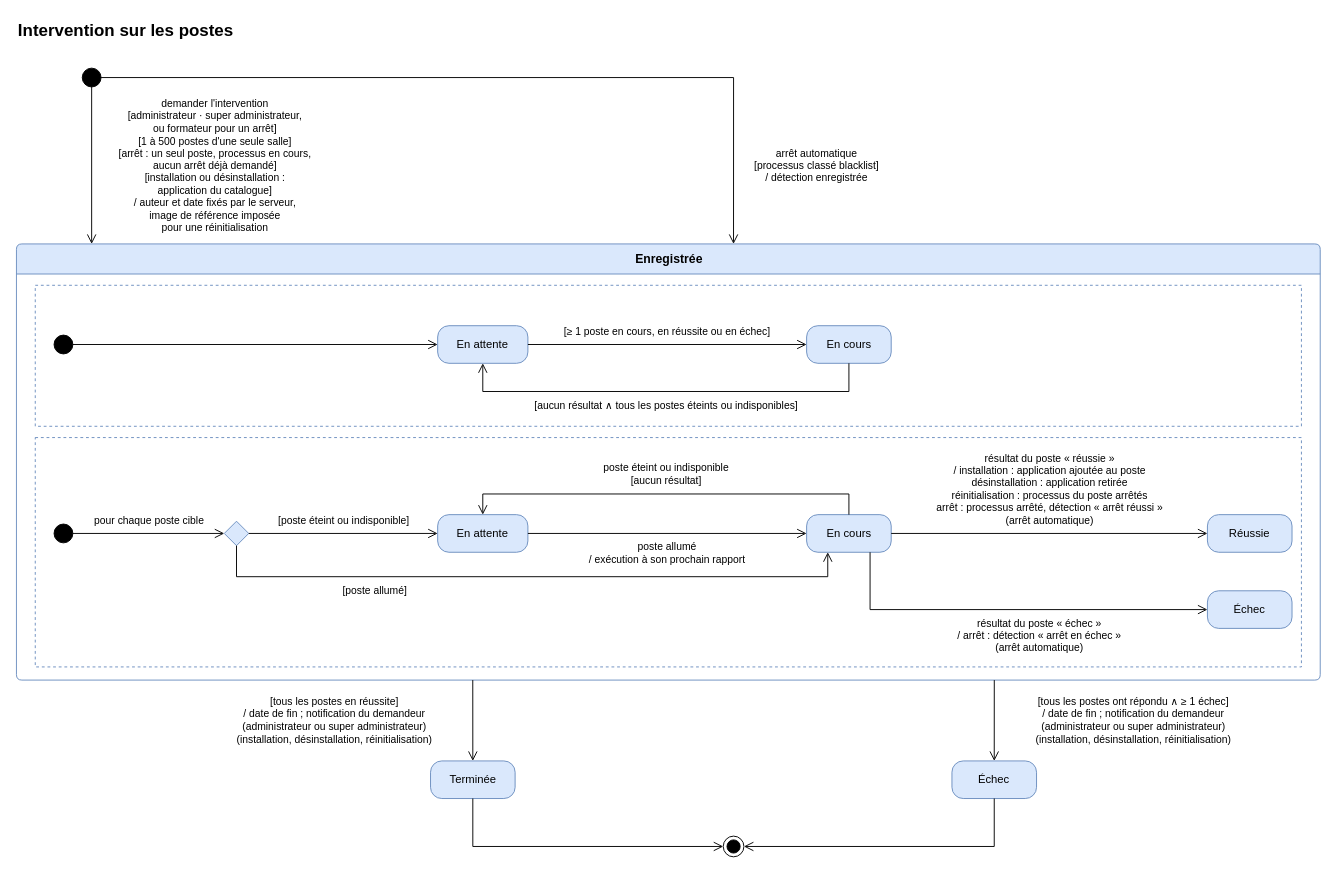
bpierrelouis/aster keeps this draw.io diagram as page "Intervention sur les postes" (2 of 4) of docs/02-ANALYSE/03-ANALYSE/01-DIAGRAMMES-ETATS.drawio. Above is the earlier version. Source tidied: cells renumbered, new cells numbered last; positions are measured from the earlier drawing's top-left corner, leaving out a move shared by most shapes. Both pictures are drawn from the tidied source at 94%, with x=0, y=0 at pixel (16, 16).
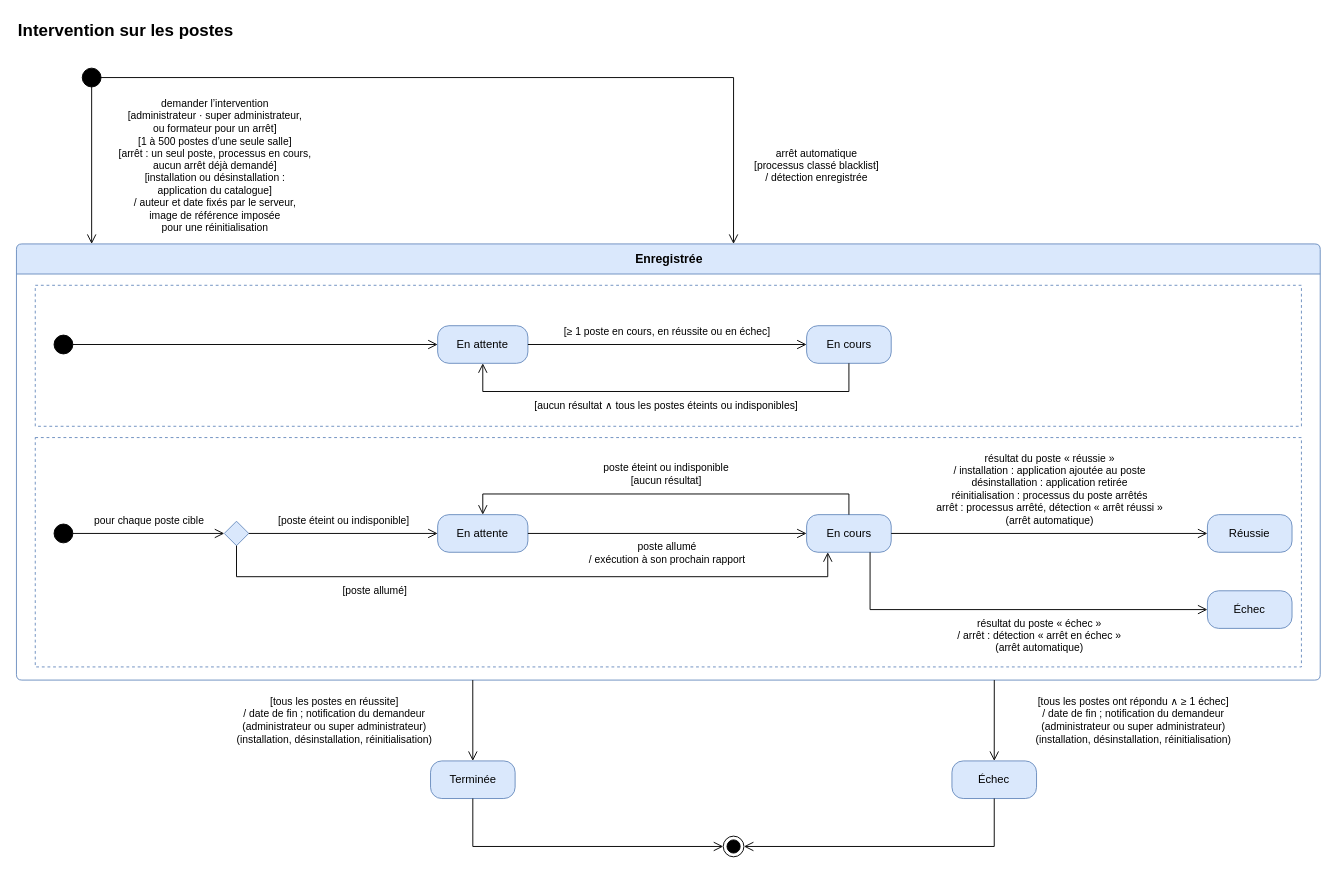
Above is the later version.

The change refers to these unchanged cells:
```xml
<mxCell id="3" style="ellipse;html=1;fillColor=#000000;strokeColor=#000000;fontSize=11;" parent="1" vertex="1">
  <mxGeometry x="70" y="55" width="20" height="20" as="geometry" />
</mxCell>
<mxCell id="4" value="Enregistrée" style="swimlane;html=1;rounded=1;arcSize=6;startSize=32;fontSize=13;fontStyle=1;fillColor=#dae8fc;strokeColor=#6c8ebf;swimlaneFillColor=#ffffff;" parent="1" vertex="1">
  <mxGeometry y="242" width="1387" height="464" as="geometry" />
</mxCell>
```

Diff of the diagram source:
```diff
@@
-    <mxCell id="19" value="demander l'intervention&lt;br&gt;[administrateur · super administrateur,&lt;br&gt;ou formateur pour un arrêt]&lt;br&gt;[1 à 500 postes d'une seule salle]&lt;br&gt;[arrêt : un seul poste, processus en cours,&lt;br&gt;aucun arrêt déjà demandé]&lt;br&gt;[installation ou désinstallation :&lt;br&gt;application du catalogue]&lt;br&gt;/ auteur et date fixés par le serveur,&lt;br&gt;image de référence imposée&lt;br&gt;pour une réinitialisation" style="edgeStyle=orthogonalEdgeStyle;endArrow=open;endSize=8;html=1;rounded=0;fontSize=11;labelBackgroundColor=#ffffff;jumpStyle=arc;jumpSize=10;exitX=0.5;exitY=1;exitDx=0;exitDy=0;entryX=0.05767844268204758;entryY=0;entryDx=0;entryDy=0;" parent="1" edge="1" source="3" target="4">
+    <mxCell id="19" value="demander l’intervention&lt;br&gt;[administrateur · super administrateur,&lt;br&gt;ou formateur pour un arrêt]&lt;br&gt;[1 à 500 postes d’une seule salle]&lt;br&gt;[arrêt : un seul poste, processus en cours,&lt;br&gt;aucun arrêt déjà demandé]&lt;br&gt;[installation ou désinstallation :&lt;br&gt;application du catalogue]&lt;br&gt;/ auteur et date fixés par le serveur,&lt;br&gt;image de référence imposée&lt;br&gt;pour une réinitialisation" style="edgeStyle=orthogonalEdgeStyle;endArrow=open;endSize=8;html=1;rounded=0;fontSize=11;labelBackgroundColor=#ffffff;jumpStyle=arc;jumpSize=10;exitX=0.5;exitY=1;exitDx=0;exitDy=0;entryX=0.05767844268204758;entryY=0;entryDx=0;entryDy=0;" parent="1" edge="1" source="3" target="4">
       <mxGeometry relative="1" as="geometry">
         <mxPoint x="130.6" as="offset" />
       </mxGeometry>
     </mxCell>
```
